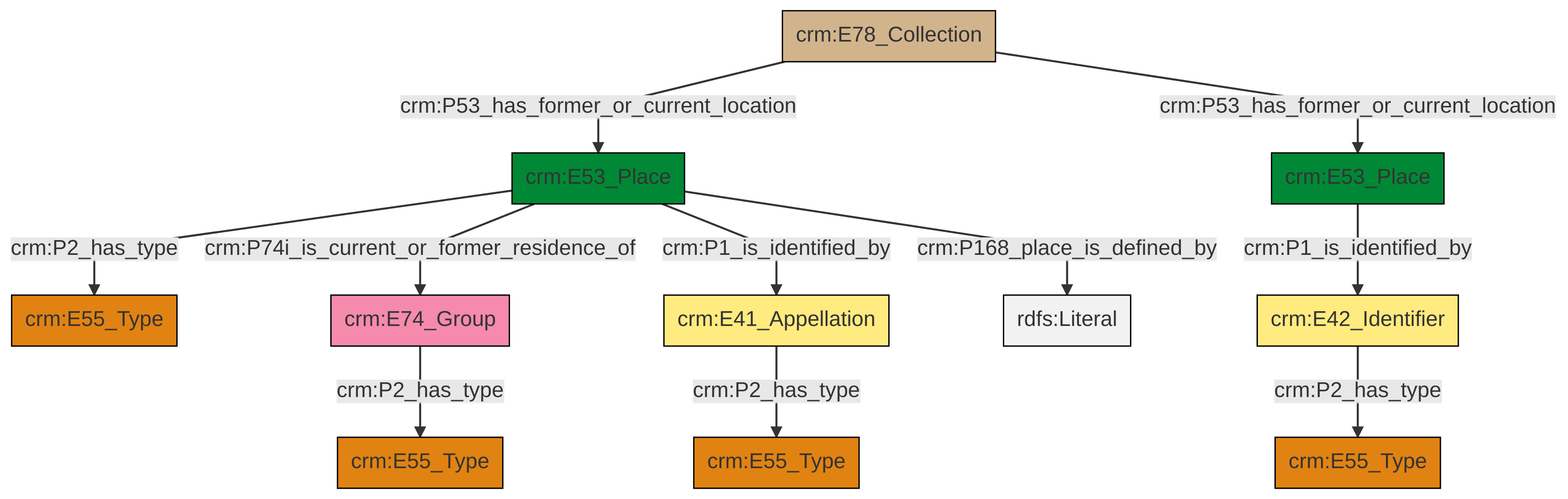
Above: et/archivalCSV/ttl/mmd/png/archival_location.png in swiss-art-research-net/docs.swissartresearch (Mermaid), before the change. Its source is kept beside it as et/archivalCSV/ttl/mmd/archival_location.ttl.mmd.
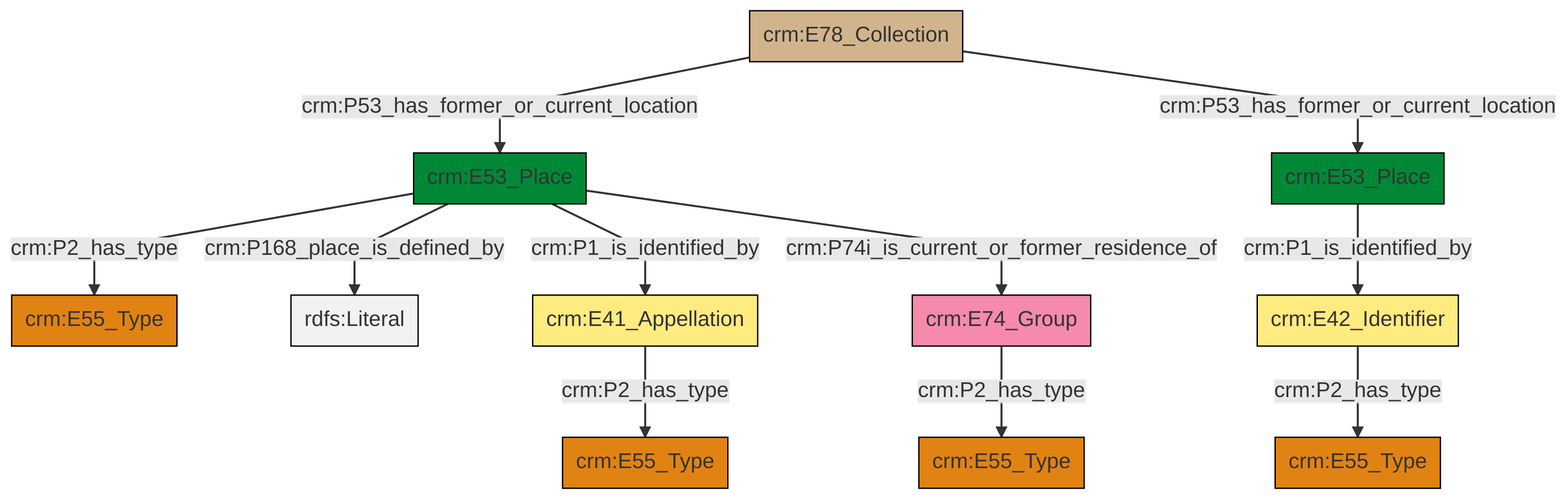
After the commit.

The edit, as a diff of the source:
```diff
@@ -13,13 +13,13 @@
 classDef PC_Classes fill:#4ce600, stroke:#000000;
 classDef Multi fill:#cccccc,stroke:#000000;
 
-0["crm:E53_Place"]:::Place -->|crm:P2_has_type| 1["crm:E55_Type"]:::Type
-7["crm:E42_Identifier"]:::Appellation -->|crm:P2_has_type| 5["crm:E55_Type"]:::Type
-9["crm:E41_Appellation"]:::Appellation -->|crm:P2_has_type| 2["crm:E55_Type"]:::Type
-11["crm:E74_Group"]:::Actor -->|crm:P2_has_type| 12["crm:E55_Type"]:::Type
-0["crm:E53_Place"]:::Place -->|crm:P74i_is_current_or_former_residence_of| 11["crm:E74_Group"]:::Actor
-16["crm:E78_Collection"]:::Physical_Thing -->|crm:P53_has_former_or_current_location| 0["crm:E53_Place"]:::Place
-16["crm:E78_Collection"]:::Physical_Thing -->|crm:P53_has_former_or_current_location| 20["crm:E53_Place"]:::Place
-20["crm:E53_Place"]:::Place -->|crm:P1_is_identified_by| 7["crm:E42_Identifier"]:::Appellation
-0["crm:E53_Place"]:::Place -->|crm:P1_is_identified_by| 9["crm:E41_Appellation"]:::Appellation
-0["crm:E53_Place"]:::Place -->|crm:P168_place_is_defined_by| 24[rdfs:Literal]:::Literal
+2["crm:E53_Place"]:::Place -->|crm:P2_has_type| 3["crm:E55_Type"]:::Type
+6["crm:E53_Place"]:::Place -->|crm:P1_is_identified_by| 7["crm:E42_Identifier"]:::Appellation
+8["crm:E78_Collection"]:::Physical_Thing -->|crm:P53_has_former_or_current_location| 2["crm:E53_Place"]:::Place
+11["crm:E41_Appellation"]:::Appellation -->|crm:P2_has_type| 4["crm:E55_Type"]:::Type
+2["crm:E53_Place"]:::Place -->|crm:P168_place_is_defined_by| 12[rdfs:Literal]:::Literal
+2["crm:E53_Place"]:::Place -->|crm:P1_is_identified_by| 11["crm:E41_Appellation"]:::Appellation
+2["crm:E53_Place"]:::Place -->|crm:P74i_is_current_or_former_residence_of| 0["crm:E74_Group"]:::Actor
+8["crm:E78_Collection"]:::Physical_Thing -->|crm:P53_has_former_or_current_location| 6["crm:E53_Place"]:::Place
+0["crm:E74_Group"]:::Actor -->|crm:P2_has_type| 15["crm:E55_Type"]:::Type
+7["crm:E42_Identifier"]:::Appellation -->|crm:P2_has_type| 9["crm:E55_Type"]:::Type
```
